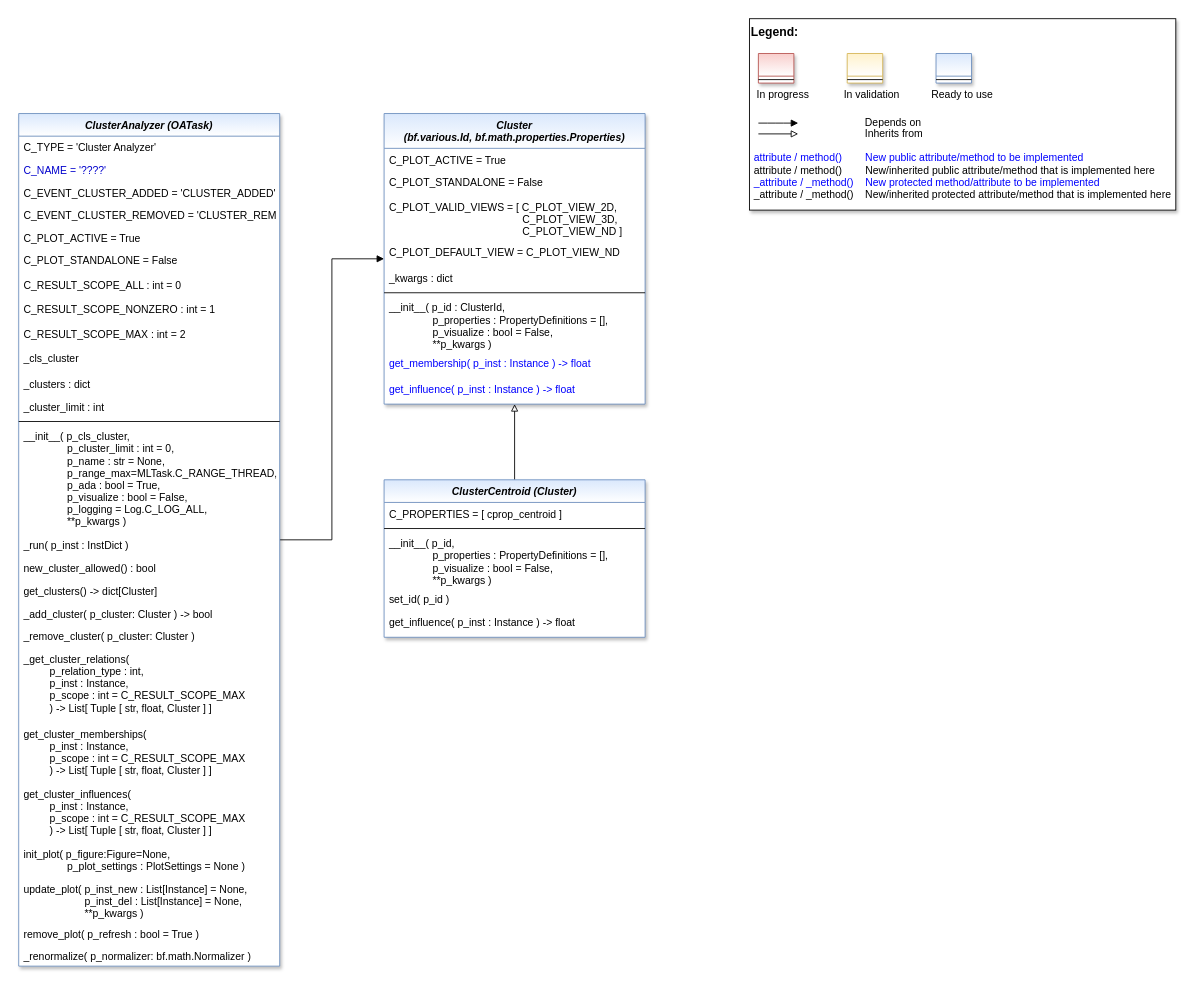
This is doc/rtd/content/99_appendices/appendix2/sub/core/mlpro_oa/streams/tasks/images/MLPro-OA-Cluster_Analyzers_class_diagram.drawio from fhswf/MLPro, a draw.io file, before an edit. Source tidied: cells renumbered, new cells numbered last; positions are measured from the earlier drawing's top-left corner, leaving out a move shared by most shapes. Both pictures are drawn from the tidied source at 87%, with x=0, y=0 at pixel (18, 18).
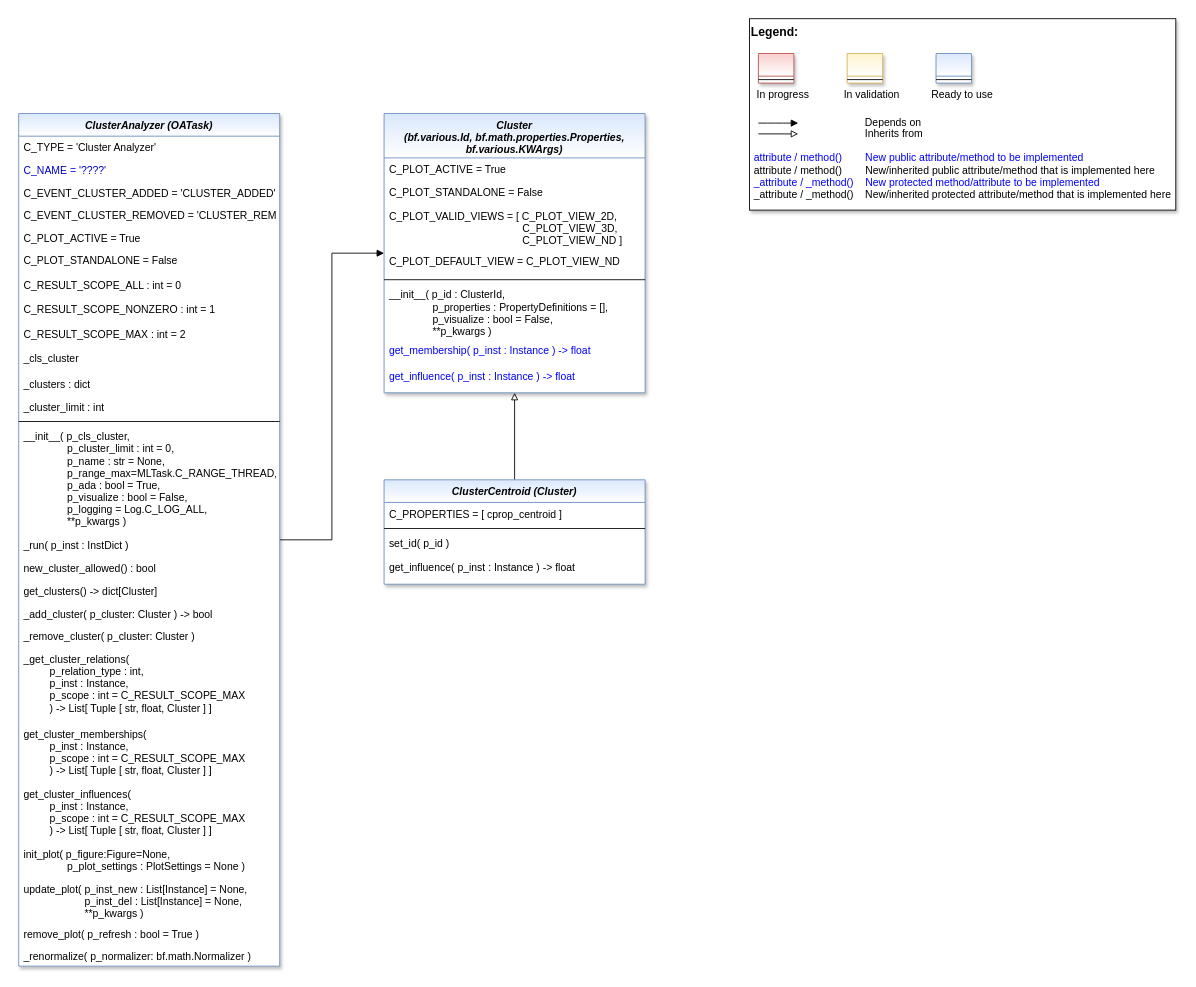
After the change.

Commit message (it also covers changes not shown here):
BF: New class KWArgs #1021

What changed in the source:
```diff
@@
-    <mxCell id="30" value="Cluster &#10;(bf.various.Id, bf.math.properties.Properties)" style="swimlane;fontStyle=3;align=center;verticalAlign=top;horizontal=1;startSize=40;rounded=0;shadow=1;strokeWidth=1;fillColor=#dae8fc;strokeColor=#6c8ebf;swimlaneFillColor=#ffffff;gradientColor=#FFFFFF;" parent="1" vertex="1">
-      <mxGeometry x="420" y="109" width="300" height="334" as="geometry" />
+    <mxCell id="30" value="Cluster &#10;(bf.various.Id, bf.math.properties.Properties,&#10;bf.various.KWArgs)" style="swimlane;fontStyle=3;align=center;verticalAlign=top;horizontal=1;startSize=51;rounded=0;shadow=1;strokeWidth=1;fillColor=#dae8fc;strokeColor=#6c8ebf;swimlaneFillColor=#ffffff;gradientColor=#FFFFFF;" parent="1" vertex="1">
+      <mxGeometry x="420" y="109" width="300" height="321" as="geometry" />
     </mxCell>
     <mxCell id="31" value="C_PLOT_ACTIVE = True" style="text;align=left;verticalAlign=top;spacingLeft=4;spacingRight=4;overflow=hidden;fontColor=default;" parent="30" vertex="1">
-      <mxGeometry y="40" width="300" height="26" as="geometry" />
+      <mxGeometry y="51" width="300" height="26" as="geometry" />
     </mxCell>
     <mxCell id="32" value="C_PLOT_STANDALONE = False" style="text;align=left;verticalAlign=top;spacingLeft=4;spacingRight=4;overflow=hidden;fontColor=default;" parent="30" vertex="1">
-      <mxGeometry y="66" width="300" height="28" as="geometry" />
+      <mxGeometry y="77" width="300" height="28" as="geometry" />
     </mxCell>
     <mxCell id="33" value="C_PLOT_VALID_VIEWS = [ C_PLOT_VIEW_2D,&#10;                                              C_PLOT_VIEW_3D,&#10;                                              C_PLOT_VIEW_ND ]" style="text;align=left;verticalAlign=top;spacingLeft=4;spacingRight=4;overflow=hidden;fontColor=default;" parent="30" vertex="1">
-      <mxGeometry y="94" width="300" height="52" as="geometry" />
+      <mxGeometry y="105" width="300" height="52" as="geometry" />
     </mxCell>
     <mxCell id="34" value="C_PLOT_DEFAULT_VIEW = C_PLOT_VIEW_ND" style="text;align=left;verticalAlign=top;spacingLeft=4;spacingRight=4;overflow=hidden;fontColor=default;" parent="30" vertex="1">
-      <mxGeometry y="146" width="300" height="30" as="geometry" />
+      <mxGeometry y="157" width="300" height="30" as="geometry" />
     </mxCell>
-    <mxCell id="35" value="_kwargs : dict" style="text;align=left;verticalAlign=top;spacingLeft=4;spacingRight=4;overflow=hidden;fontColor=default;" parent="30" vertex="1">
-      <mxGeometry y="176" width="300" height="26" as="geometry" />
-    </mxCell>
     <mxCell id="36" style="line;html=1;strokeWidth=1;align=left;verticalAlign=middle;spacingTop=-1;spacingLeft=3;spacingRight=3;labelPosition=right;" parent="30" vertex="1">
-      <mxGeometry y="202" width="300" height="8" as="geometry" />
+      <mxGeometry y="187" width="300" height="8" as="geometry" />
     </mxCell>
     <mxCell id="37" value="__init__( p_id : ClusterId, &#10;               p_properties : PropertyDefinitions = [],&#10;               p_visualize : bool = False,&#10;               **p_kwargs )" style="text;align=left;verticalAlign=top;spacingLeft=4;spacingRight=4;overflow=hidden;fontColor=default;" parent="30" vertex="1">
-      <mxGeometry y="210" width="300" height="64" as="geometry" />
+      <mxGeometry y="195" width="300" height="64" as="geometry" />
     </mxCell>
     <mxCell id="38" value="get_membership( p_inst : Instance ) -&gt; float" style="text;align=left;verticalAlign=top;spacingLeft=4;spacingRight=4;overflow=hidden;fontColor=#0000FF;" parent="30" vertex="1">
-      <mxGeometry y="274" width="300" height="30" as="geometry" />
+      <mxGeometry y="259" width="300" height="30" as="geometry" />
     </mxCell>
     <mxCell id="39" value="get_influence( p_inst : Instance ) -&gt; float" style="text;align=left;verticalAlign=top;spacingLeft=4;spacingRight=4;overflow=hidden;fontColor=#0000FF;" parent="30" vertex="1">
-      <mxGeometry y="304" width="300" height="30" as="geometry" />
+      <mxGeometry y="289" width="300" height="30" as="geometry" />
     </mxCell>
@@
     <mxCell id="41" value="ClusterCentroid (Cluster)" style="swimlane;fontStyle=3;align=center;verticalAlign=top;horizontal=1;startSize=26;rounded=0;shadow=1;strokeWidth=1;fillColor=#dae8fc;strokeColor=#6c8ebf;swimlaneFillColor=#ffffff;gradientColor=#FFFFFF;" parent="1" vertex="1">
-      <mxGeometry x="420" y="530" width="300" height="181" as="geometry" />
+      <mxGeometry x="420" y="530" width="300" height="120" as="geometry" />
     </mxCell>
@@
-    <mxCell id="44" value="__init__( p_id, &#10;               p_properties : PropertyDefinitions = [],&#10;               p_visualize : bool = False,&#10;               **p_kwargs )" style="text;align=left;verticalAlign=top;spacingLeft=4;spacingRight=4;overflow=hidden;fontColor=default;" parent="41" vertex="1">
-      <mxGeometry y="60" width="300" height="64" as="geometry" />
-    </mxCell>
     <mxCell id="45" value="set_id( p_id )" style="text;align=left;verticalAlign=top;spacingLeft=4;spacingRight=4;overflow=hidden;fontColor=default;" parent="41" vertex="1">
-      <mxGeometry y="124" width="300" height="27" as="geometry" />
+      <mxGeometry y="60" width="300" height="27" as="geometry" />
     </mxCell>
     <mxCell id="46" value="get_influence( p_inst : Instance ) -&gt; float" style="text;align=left;verticalAlign=top;spacingLeft=4;spacingRight=4;overflow=hidden;fontColor=default;" parent="41" vertex="1">
-      <mxGeometry y="151" width="300" height="30" as="geometry" />
+      <mxGeometry y="87" width="300" height="30" as="geometry" />
     </mxCell>
```
